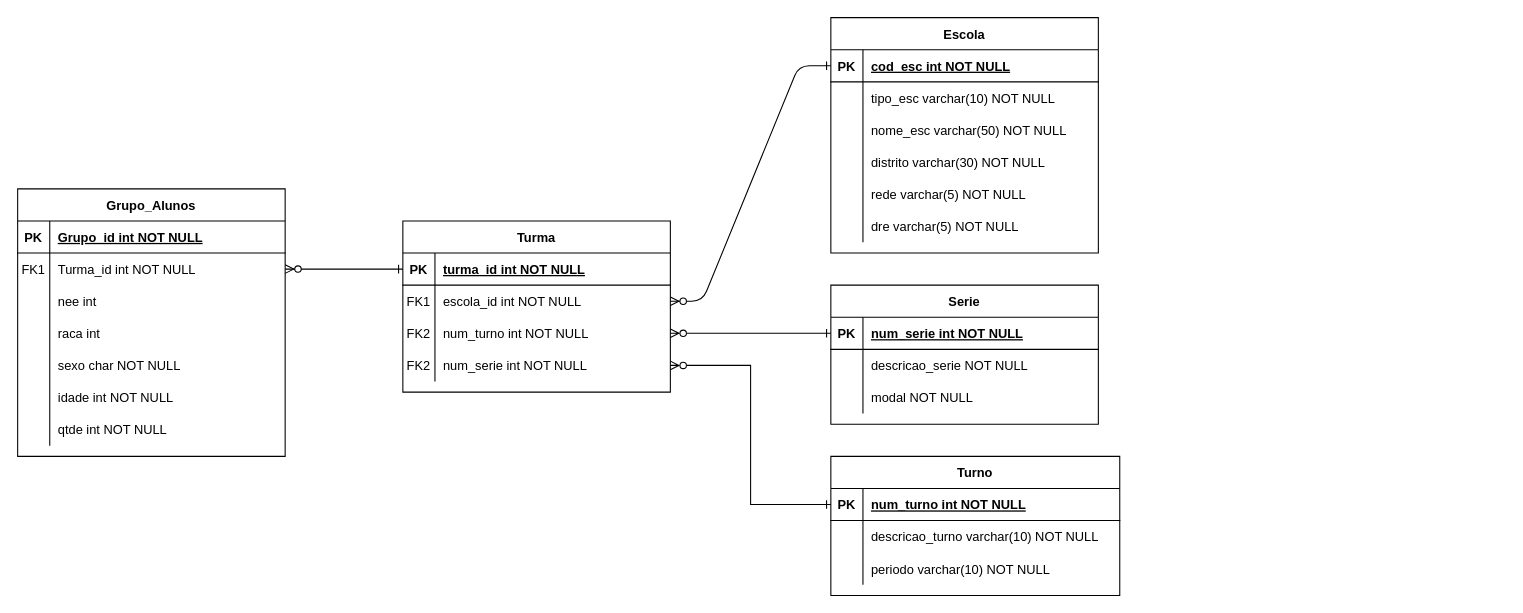
This is diagrama.drawio from biabuarque/MC536, a draw.io file, before an edit. Source tidied: cells renumbered, new cells numbered last; positions are measured from the earlier drawing's top-left corner, leaving out a move shared by most shapes. Both pictures are drawn from the tidied source at 107%, with x=0, y=0 at pixel (17, 17).
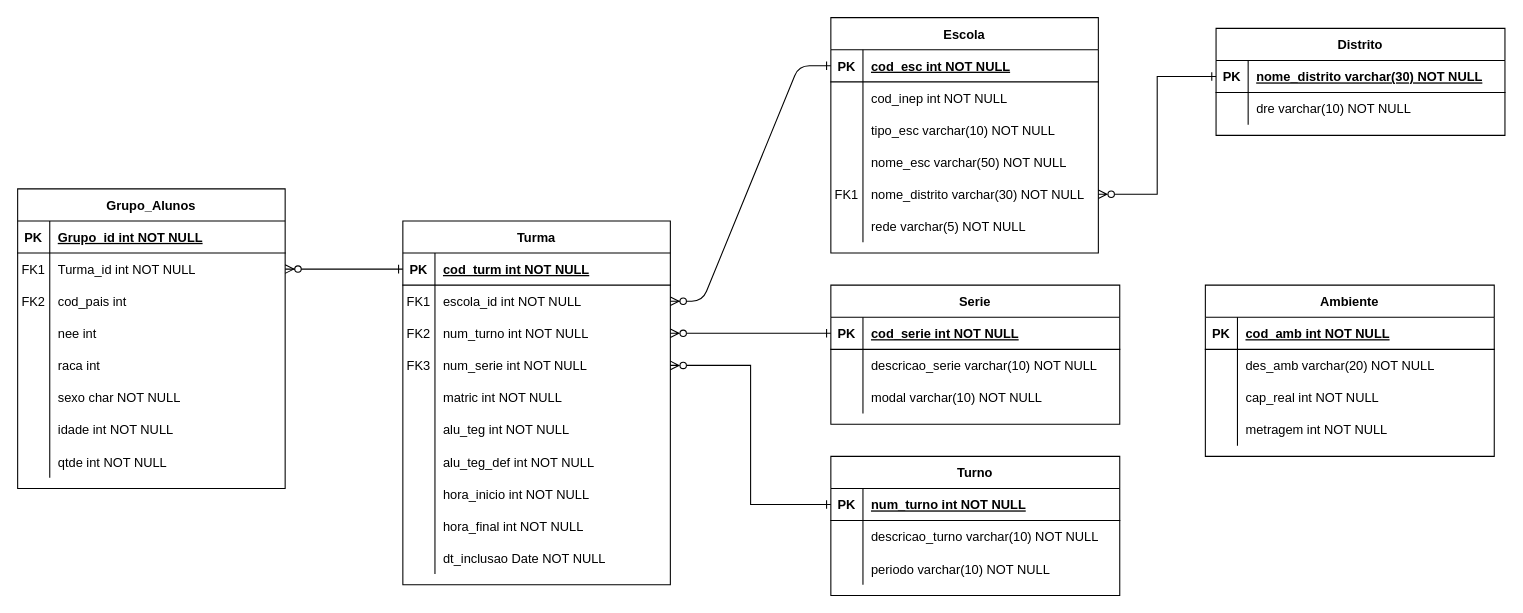
The same diagram, later.

The change refers to these unchanged cells:
```xml
<mxCell id="3" style="shape=partialRectangle;fillColor=none;points=[[0,0.5],[1,0.5]];portConstraint=eastwest;top=0;left=0;right=0;bottom=1;" parent="2" vertex="1">
  <mxGeometry y="30" width="250" height="30" as="geometry" />
</mxCell>
<mxCell id="12" style="shape=partialRectangle;fillColor=none;points=[[0,0.5],[1,0.5]];portConstraint=eastwest;top=0;left=0;right=0;bottom=0;" parent="2" vertex="1">
  <mxGeometry y="120" width="250" height="30" as="geometry" />
</mxCell>
<mxCell id="15" value="Escola" style="shape=table;startSize=30;childLayout=tableLayout;rowLines=0;fontStyle=1;align=center;" parent="1" vertex="1">
  <mxGeometry x="760" width="250" height="220" as="geometry" />
</mxCell>
<mxCell id="19" style="shape=partialRectangle;fillColor=none;top=0;left=0;right=0;bottom=0;" parent="15" vertex="1">
  <mxGeometry y="60" width="250" height="30" as="geometry" />
</mxCell>
```

What changed in the source:
```diff
@@
     <mxCell id="2" value="Turma" style="shape=table;startSize=30;childLayout=tableLayout;rowLines=0;fontStyle=1;align=center;" parent="1" vertex="1">
-      <mxGeometry x="360" y="190" width="250" height="160" as="geometry" />
+      <mxGeometry x="360" y="190" width="250" height="340" as="geometry" />
     </mxCell>
@@
-    <mxCell id="5" value="turma_id int NOT NULL " style="shape=partialRectangle;overflow=hidden;fillColor=none;top=0;left=0;bottom=0;right=0;align=left;spacingLeft=6;fontStyle=5;" parent="3" vertex="1">
+    <mxCell id="5" value="cod_turm int NOT NULL " style="shape=partialRectangle;overflow=hidden;fillColor=none;top=0;left=0;bottom=0;right=0;align=left;spacingLeft=6;fontStyle=5;" parent="3" vertex="1">
       <mxGeometry x="30" width="220" height="30" as="geometry" />
     </mxCell>
@@
-    <mxCell id="13" value="FK2" style="shape=partialRectangle;overflow=hidden;fillColor=none;top=0;left=0;bottom=0;right=0;" parent="12" vertex="1">
+    <mxCell id="13" value="FK3" style="shape=partialRectangle;overflow=hidden;fillColor=none;top=0;left=0;bottom=0;right=0;" parent="12" vertex="1">
       <mxGeometry width="30" height="30" as="geometry" />
     </mxCell>
@@
+    <mxCell id="80" style="shape=partialRectangle;fillColor=none;top=0;left=0;right=0;bottom=0;" parent="2" vertex="1">
+      <mxGeometry y="150" width="250" height="30" as="geometry" />
+    </mxCell>
+    <mxCell id="81" style="shape=partialRectangle;overflow=hidden;fillColor=none;top=0;left=0;bottom=0;right=0;" parent="80" vertex="1">
+      <mxGeometry width="30" height="30" as="geometry" />
+    </mxCell>
+    <mxCell id="82" value="matric int NOT NULL" style="shape=partialRectangle;overflow=hidden;fillColor=none;top=0;left=0;bottom=0;right=0;align=left;spacingLeft=6;" parent="80" vertex="1">
+      <mxGeometry x="30" width="220" height="30" as="geometry" />
+    </mxCell>
+    <mxCell id="31" style="shape=partialRectangle;fillColor=none;top=0;left=0;right=0;bottom=0;" parent="2" vertex="1">
+      <mxGeometry y="180" width="250" height="30" as="geometry" />
+    </mxCell>
+    <mxCell id="83" style="shape=partialRectangle;overflow=hidden;fillColor=none;top=0;left=0;bottom=0;right=0;" parent="31" vertex="1">
+      <mxGeometry width="30" height="30" as="geometry" />
+    </mxCell>
+    <mxCell id="84" value="alu_teg int NOT NULL" style="shape=partialRectangle;overflow=hidden;fillColor=none;top=0;left=0;bottom=0;right=0;align=left;spacingLeft=6;" parent="31" vertex="1">
+      <mxGeometry x="30" width="220" height="30" as="geometry" />
+    </mxCell>
+    <mxCell id="85" style="shape=partialRectangle;fillColor=none;top=0;left=0;right=0;bottom=0;" parent="2" vertex="1">
+      <mxGeometry y="210" width="250" height="30" as="geometry" />
+    </mxCell>
+    <mxCell id="86" style="shape=partialRectangle;overflow=hidden;fillColor=none;top=0;left=0;bottom=0;right=0;" parent="85" vertex="1">
+      <mxGeometry width="30" height="30" as="geometry" />
+    </mxCell>
+    <mxCell id="87" value="alu_teg_def int NOT NULL" style="shape=partialRectangle;overflow=hidden;fillColor=none;top=0;left=0;bottom=0;right=0;align=left;spacingLeft=6;" parent="85" vertex="1">
+      <mxGeometry x="30" width="220" height="30" as="geometry" />
+    </mxCell>
+    <mxCell id="88" style="shape=partialRectangle;fillColor=none;top=0;left=0;right=0;bottom=0;" parent="2" vertex="1">
+      <mxGeometry y="240" width="250" height="30" as="geometry" />
+    </mxCell>
+    <mxCell id="89" style="shape=partialRectangle;overflow=hidden;fillColor=none;top=0;left=0;bottom=0;right=0;" parent="88" vertex="1">
+      <mxGeometry width="30" height="30" as="geometry" />
+    </mxCell>
+    <mxCell id="90" value="hora_inicio int NOT NULL" style="shape=partialRectangle;overflow=hidden;fillColor=none;top=0;left=0;bottom=0;right=0;align=left;spacingLeft=6;" parent="88" vertex="1">
+      <mxGeometry x="30" width="220" height="30" as="geometry" />
+    </mxCell>
+    <mxCell id="91" style="shape=partialRectangle;fillColor=none;top=0;left=0;right=0;bottom=0;" parent="2" vertex="1">
+      <mxGeometry y="270" width="250" height="30" as="geometry" />
+    </mxCell>
+    <mxCell id="92" style="shape=partialRectangle;overflow=hidden;fillColor=none;top=0;left=0;bottom=0;right=0;" parent="91" vertex="1">
+      <mxGeometry width="30" height="30" as="geometry" />
+    </mxCell>
+    <mxCell id="93" value="hora_final int NOT NULL" style="shape=partialRectangle;overflow=hidden;fillColor=none;top=0;left=0;bottom=0;right=0;align=left;spacingLeft=6;" parent="91" vertex="1">
+      <mxGeometry x="30" width="220" height="30" as="geometry" />
+    </mxCell>
+    <mxCell id="94" style="shape=partialRectangle;fillColor=none;top=0;left=0;right=0;bottom=0;" parent="2" vertex="1">
+      <mxGeometry y="300" width="250" height="30" as="geometry" />
+    </mxCell>
+    <mxCell id="95" style="shape=partialRectangle;overflow=hidden;fillColor=none;top=0;left=0;bottom=0;right=0;" parent="94" vertex="1">
+      <mxGeometry width="30" height="30" as="geometry" />
+    </mxCell>
+    <mxCell id="96" value="dt_inclusao Date NOT NULL" style="shape=partialRectangle;overflow=hidden;fillColor=none;top=0;left=0;bottom=0;right=0;align=left;spacingLeft=6;" parent="94" vertex="1">
+      <mxGeometry x="30" width="220" height="30" as="geometry" />
+    </mxCell>
@@
-    <mxCell id="21" value="tipo_esc varchar(10) NOT NULL" style="shape=partialRectangle;overflow=hidden;fillColor=none;top=0;left=0;bottom=0;right=0;align=left;spacingLeft=6;" parent="19" vertex="1">
+    <mxCell id="21" value="cod_inep int NOT NULL" style="shape=partialRectangle;overflow=hidden;fillColor=none;top=0;left=0;bottom=0;right=0;align=left;spacingLeft=6;" parent="19" vertex="1">
       <mxGeometry x="30" width="220" height="30" as="geometry" />
     </mxCell>
+    <mxCell id="97" style="shape=partialRectangle;fillColor=none;top=0;left=0;right=0;bottom=0;" parent="15" vertex="1">
+      <mxGeometry y="90" width="250" height="30" as="geometry" />
+    </mxCell>
+    <mxCell id="98" style="shape=partialRectangle;overflow=hidden;fillColor=none;top=0;left=0;bottom=0;right=0;" parent="97" vertex="1">
+      <mxGeometry width="30" height="30" as="geometry" />
+    </mxCell>
+    <mxCell id="99" value="tipo_esc varchar(10) NOT NULL" style="shape=partialRectangle;overflow=hidden;fillColor=none;top=0;left=0;bottom=0;right=0;align=left;spacingLeft=6;" parent="97" vertex="1">
+      <mxGeometry x="30" width="220" height="30" as="geometry" />
+    </mxCell>
     <mxCell id="22" style="shape=partialRectangle;fillColor=none;top=0;left=0;right=0;bottom=0;" parent="15" vertex="1">
-      <mxGeometry y="90" width="250" height="30" as="geometry" />
+      <mxGeometry y="120" width="250" height="30" as="geometry" />
     </mxCell>
@@
     <mxCell id="25" style="shape=partialRectangle;fillColor=none;points=[[0,0.5],[1,0.5]];portConstraint=eastwest;top=0;left=0;right=0;bottom=0;" parent="15" vertex="1">
-      <mxGeometry y="120" width="250" height="30" as="geometry" />
+      <mxGeometry y="150" width="250" height="30" as="geometry" />
     </mxCell>
-    <mxCell id="26" style="shape=partialRectangle;overflow=hidden;fillColor=none;top=0;left=0;bottom=0;right=0;" parent="25" vertex="1">
+    <mxCell id="26" value="FK1" style="shape=partialRectangle;overflow=hidden;fillColor=none;top=0;left=0;bottom=0;right=0;" parent="25" vertex="1">
       <mxGeometry width="30" height="30" as="geometry" />
     </mxCell>
-    <mxCell id="27" value="distrito varchar(30) NOT NULL" style="shape=partialRectangle;overflow=hidden;fillColor=none;top=0;left=0;bottom=0;right=0;align=left;spacingLeft=6;" parent="25" vertex="1">
+    <mxCell id="27" value="nome_distrito varchar(30) NOT NULL" style="shape=partialRectangle;overflow=hidden;fillColor=none;top=0;left=0;bottom=0;right=0;align=left;spacingLeft=6;" parent="25" vertex="1">
       <mxGeometry x="30" width="220" height="30" as="geometry" />
     </mxCell>
     <mxCell id="28" style="shape=partialRectangle;fillColor=none;top=0;left=0;right=0;bottom=0;" parent="15" vertex="1">
-      <mxGeometry y="150" width="250" height="30" as="geometry" />
+      <mxGeometry y="180" width="250" height="30" as="geometry" />
     </mxCell>
@@
-    <mxCell id="31" style="shape=partialRectangle;fillColor=none;top=0;left=0;right=0;bottom=0;" parent="15" vertex="1">
-      <mxGeometry y="180" width="250" height="30" as="geometry" />
-    </mxCell>
-    <mxCell id="32" style="shape=partialRectangle;overflow=hidden;fillColor=none;top=0;left=0;bottom=0;right=0;" parent="31" vertex="1">
-      <mxGeometry width="30" height="30" as="geometry" />
-    </mxCell>
-    <mxCell id="33" value="dre varchar(5) NOT NULL" style="shape=partialRectangle;overflow=hidden;fillColor=none;top=0;left=0;bottom=0;right=0;align=left;spacingLeft=6;" parent="31" vertex="1">
-      <mxGeometry x="30" width="220" height="30" as="geometry" />
-    </mxCell>
     <mxCell id="34" value="Grupo_Alunos" style="shape=table;startSize=30;childLayout=tableLayout;rowLines=0;fontStyle=1;align=center;" parent="1" vertex="1">
-      <mxGeometry y="160" width="250" height="250" as="geometry" />
+      <mxGeometry y="160" width="250" height="280" as="geometry" />
     </mxCell>
@@
+    <mxCell id="100" style="shape=partialRectangle;fillColor=none;top=0;left=0;right=0;bottom=0;" parent="34" vertex="1">
+      <mxGeometry y="90" width="250" height="30" as="geometry" />
+    </mxCell>
+    <mxCell id="101" value="FK2" style="shape=partialRectangle;overflow=hidden;fillColor=none;top=0;left=0;bottom=0;right=0;" parent="100" vertex="1">
+      <mxGeometry width="30" height="30" as="geometry" />
+    </mxCell>
+    <mxCell id="102" value="cod_pais int" style="shape=partialRectangle;overflow=hidden;fillColor=none;top=0;left=0;bottom=0;right=0;align=left;spacingLeft=6;" parent="100" vertex="1">
+      <mxGeometry x="30" width="220" height="30" as="geometry" />
+    </mxCell>
     <mxCell id="41" style="shape=partialRectangle;fillColor=none;top=0;left=0;right=0;bottom=0;" parent="34" vertex="1">
-      <mxGeometry y="90" width="250" height="30" as="geometry" />
+      <mxGeometry y="120" width="250" height="30" as="geometry" />
     </mxCell>
@@
     <mxCell id="44" style="shape=partialRectangle;fillColor=none;top=0;left=0;right=0;bottom=0;" parent="34" vertex="1">
-      <mxGeometry y="120" width="250" height="30" as="geometry" />
+      <mxGeometry y="150" width="250" height="30" as="geometry" />
     </mxCell>
@@
     <mxCell id="47" style="shape=partialRectangle;fillColor=none;top=0;left=0;right=0;bottom=0;" parent="34" vertex="1">
-      <mxGeometry y="150" width="250" height="30" as="geometry" />
+      <mxGeometry y="180" width="250" height="30" as="geometry" />
     </mxCell>
@@
     <mxCell id="50" style="shape=partialRectangle;fillColor=none;top=0;left=0;right=0;bottom=0;" parent="34" vertex="1">
-      <mxGeometry y="180" width="250" height="30" as="geometry" />
+      <mxGeometry y="210" width="250" height="30" as="geometry" />
     </mxCell>
@@
     <mxCell id="53" style="shape=partialRectangle;fillColor=none;top=0;left=0;right=0;bottom=0;" parent="34" vertex="1">
-      <mxGeometry y="210" width="250" height="30" as="geometry" />
+      <mxGeometry y="240" width="250" height="30" as="geometry" />
     </mxCell>
@@
     <mxCell id="66" value="Serie" style="shape=table;startSize=30;childLayout=tableLayout;rowLines=0;fontStyle=1;align=center;" parent="1" vertex="1">
-      <mxGeometry x="760" y="250" width="250" height="130" as="geometry" />
+      <mxGeometry x="760" y="250" width="270" height="130" as="geometry" />
     </mxCell>
     <mxCell id="67" style="shape=partialRectangle;fillColor=none;points=[[0,0.5],[1,0.5]];portConstraint=eastwest;top=0;left=0;right=0;bottom=1;" parent="66" vertex="1">
-      <mxGeometry y="30" width="250" height="30" as="geometry" />
+      <mxGeometry y="30" width="270" height="30" as="geometry" />
     </mxCell>
@@
-    <mxCell id="69" value="num_serie int NOT NULL " style="shape=partialRectangle;overflow=hidden;fillColor=none;top=0;left=0;bottom=0;right=0;align=left;spacingLeft=6;fontStyle=5;" parent="67" vertex="1">
-      <mxGeometry x="30" width="220" height="30" as="geometry" />
+    <mxCell id="69" value="cod_serie int NOT NULL " style="shape=partialRectangle;overflow=hidden;fillColor=none;top=0;left=0;bottom=0;right=0;align=left;spacingLeft=6;fontStyle=5;" parent="67" vertex="1">
+      <mxGeometry x="30" width="240" height="30" as="geometry" />
     </mxCell>
     <mxCell id="70" style="shape=partialRectangle;fillColor=none;top=0;left=0;right=0;bottom=0;" parent="66" vertex="1">
-      <mxGeometry y="60" width="250" height="30" as="geometry" />
+      <mxGeometry y="60" width="270" height="30" as="geometry" />
     </mxCell>
@@
-    <mxCell id="72" value="descricao_serie NOT NULL" style="shape=partialRectangle;overflow=hidden;fillColor=none;top=0;left=0;bottom=0;right=0;align=left;spacingLeft=6;" parent="70" vertex="1">
-      <mxGeometry x="30" width="220" height="30" as="geometry" />
+    <mxCell id="72" value="descricao_serie varchar(10) NOT NULL" style="shape=partialRectangle;overflow=hidden;fillColor=none;top=0;left=0;bottom=0;right=0;align=left;spacingLeft=6;" parent="70" vertex="1">
+      <mxGeometry x="30" width="240" height="30" as="geometry" />
     </mxCell>
     <mxCell id="73" style="shape=partialRectangle;fillColor=none;top=0;left=0;right=0;bottom=0;" parent="66" vertex="1">
-      <mxGeometry y="90" width="250" height="30" as="geometry" />
+      <mxGeometry y="90" width="270" height="30" as="geometry" />
     </mxCell>
@@
-    <mxCell id="75" value="modal NOT NULL" style="shape=partialRectangle;overflow=hidden;fillColor=none;top=0;left=0;bottom=0;right=0;align=left;spacingLeft=6;" parent="73" vertex="1">
-      <mxGeometry x="30" width="220" height="30" as="geometry" />
+    <mxCell id="75" value="modal varchar(10) NOT NULL" style="shape=partialRectangle;overflow=hidden;fillColor=none;top=0;left=0;bottom=0;right=0;align=left;spacingLeft=6;" parent="73" vertex="1">
+      <mxGeometry x="30" width="240" height="30" as="geometry" />
     </mxCell>
@@
+    <mxCell id="103" value="Distrito" style="shape=table;startSize=30;childLayout=tableLayout;rowLines=0;fontStyle=1;align=center;" parent="1" vertex="1">
+      <mxGeometry x="1120" y="10" width="270" height="100" as="geometry" />
+    </mxCell>
+    <mxCell id="104" style="shape=partialRectangle;fillColor=none;points=[[0,0.5],[1,0.5]];portConstraint=eastwest;top=0;left=0;right=0;bottom=1;" parent="103" vertex="1">
+      <mxGeometry y="30" width="270" height="30" as="geometry" />
+    </mxCell>
+    <mxCell id="105" value="PK" style="shape=partialRectangle;overflow=hidden;fillColor=none;top=0;left=0;bottom=0;right=0;fontStyle=1;" parent="104" vertex="1">
+      <mxGeometry width="30" height="30" as="geometry" />
+    </mxCell>
+    <mxCell id="106" value="nome_distrito varchar(30) NOT NULL " style="shape=partialRectangle;overflow=hidden;fillColor=none;top=0;left=0;bottom=0;right=0;align=left;spacingLeft=6;fontStyle=5;" parent="104" vertex="1">
+      <mxGeometry x="30" width="240" height="30" as="geometry" />
+    </mxCell>
+    <mxCell id="107" style="shape=partialRectangle;fillColor=none;top=0;left=0;right=0;bottom=0;" parent="103" vertex="1">
+      <mxGeometry y="60" width="270" height="30" as="geometry" />
+    </mxCell>
+    <mxCell id="108" style="shape=partialRectangle;overflow=hidden;fillColor=none;top=0;left=0;bottom=0;right=0;" parent="107" vertex="1">
+      <mxGeometry width="30" height="30" as="geometry" />
+    </mxCell>
+    <mxCell id="109" value="dre varchar(10) NOT NULL" style="shape=partialRectangle;overflow=hidden;fillColor=none;top=0;left=0;bottom=0;right=0;align=left;spacingLeft=6;" parent="107" vertex="1">
+      <mxGeometry x="30" width="240" height="30" as="geometry" />
+    </mxCell>
+    <mxCell id="110" style="edgeStyle=orthogonalEdgeStyle;rounded=0;jettySize=auto;html=1;exitX=1;exitY=0.5;exitDx=0;exitDy=0;entryX=0;entryY=0.5;entryDx=0;entryDy=0;startArrow=ERzeroToMany;startFill=0;endArrow=ERone;endFill=0;" parent="1" edge="1" source="25" target="104">
+      <mxGeometry relative="1" as="geometry" />
+    </mxCell>
+    <mxCell id="111" value="Ambiente" style="shape=table;startSize=30;childLayout=tableLayout;rowLines=0;fontStyle=1;align=center;" parent="1" vertex="1">
+      <mxGeometry x="1110" y="250" width="270" height="160" as="geometry" />
+    </mxCell>
+    <mxCell id="112" style="shape=partialRectangle;fillColor=none;top=0;left=0;right=0;bottom=1;" parent="111" vertex="1">
+      <mxGeometry y="30" width="270" height="30" as="geometry" />
+    </mxCell>
+    <mxCell id="113" value="PK" style="shape=partialRectangle;overflow=hidden;fillColor=none;top=0;left=0;bottom=0;right=0;fontStyle=1;" parent="112" vertex="1">
+      <mxGeometry width="30" height="30" as="geometry" />
+    </mxCell>
+    <mxCell id="114" value="cod_amb int NOT NULL " style="shape=partialRectangle;overflow=hidden;fillColor=none;top=0;left=0;bottom=0;right=0;align=left;spacingLeft=6;fontStyle=5;" parent="112" vertex="1">
+      <mxGeometry x="30" width="240" height="30" as="geometry" />
+    </mxCell>
+    <mxCell id="115" style="shape=partialRectangle;fillColor=none;top=0;left=0;right=0;bottom=0;" parent="111" vertex="1">
+      <mxGeometry y="60" width="270" height="30" as="geometry" />
+    </mxCell>
+    <mxCell id="116" style="shape=partialRectangle;overflow=hidden;fillColor=none;top=0;left=0;bottom=0;right=0;" parent="115" vertex="1">
+      <mxGeometry width="30" height="30" as="geometry" />
+    </mxCell>
+    <mxCell id="117" value="des_amb varchar(20) NOT NULL" style="shape=partialRectangle;overflow=hidden;fillColor=none;top=0;left=0;bottom=0;right=0;align=left;spacingLeft=6;" parent="115" vertex="1">
+      <mxGeometry x="30" width="240" height="30" as="geometry" />
+    </mxCell>
+    <mxCell id="118" style="shape=partialRectangle;fillColor=none;top=0;left=0;right=0;bottom=0;" parent="111" vertex="1">
+      <mxGeometry y="90" width="270" height="30" as="geometry" />
+    </mxCell>
+    <mxCell id="119" style="shape=partialRectangle;overflow=hidden;fillColor=none;top=0;left=0;bottom=0;right=0;" parent="118" vertex="1">
+      <mxGeometry width="30" height="30" as="geometry" />
+    </mxCell>
+    <mxCell id="120" value="cap_real int NOT NULL" style="shape=partialRectangle;overflow=hidden;fillColor=none;top=0;left=0;bottom=0;right=0;align=left;spacingLeft=6;" parent="118" vertex="1">
+      <mxGeometry x="30" width="240" height="30" as="geometry" />
+    </mxCell>
+    <mxCell id="121" style="shape=partialRectangle;fillColor=none;top=0;left=0;right=0;bottom=0;" parent="111" vertex="1">
+      <mxGeometry y="120" width="270" height="30" as="geometry" />
+    </mxCell>
+    <mxCell id="122" style="shape=partialRectangle;overflow=hidden;fillColor=none;top=0;left=0;bottom=0;right=0;" parent="121" vertex="1">
+      <mxGeometry width="30" height="30" as="geometry" />
+    </mxCell>
+    <mxCell id="123" value="metragem int NOT NULL" style="shape=partialRectangle;overflow=hidden;fillColor=none;top=0;left=0;bottom=0;right=0;align=left;spacingLeft=6;" parent="121" vertex="1">
+      <mxGeometry x="30" width="240" height="30" as="geometry" />
+    </mxCell>
```
